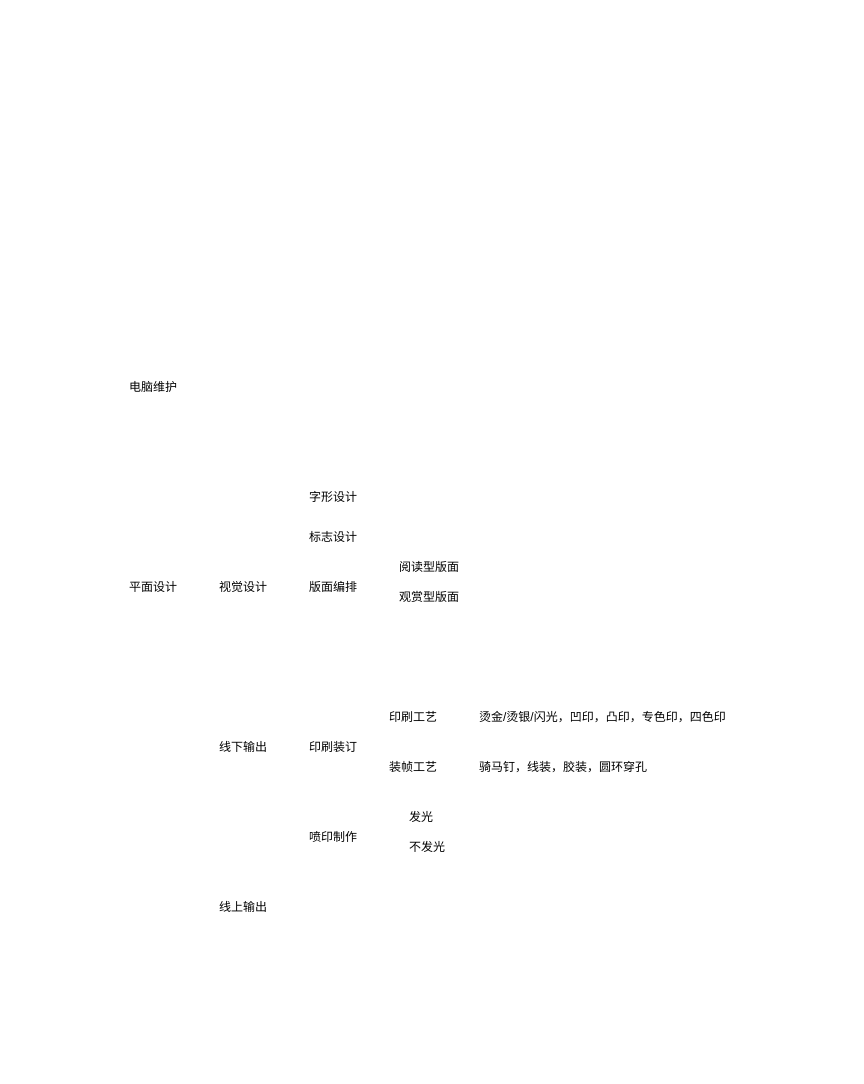
Above: 知识体系.drawio in water0902/Draw.io (draw.io), before the change. Source tidied: cells renumbered, new cells numbered last; positions are measured from the earlier drawing's top-left corner, leaving out a move shared by most shapes. Both pictures are drawn from the tidied source at 100%, with x=0, y=0 at pixel (127, 377).
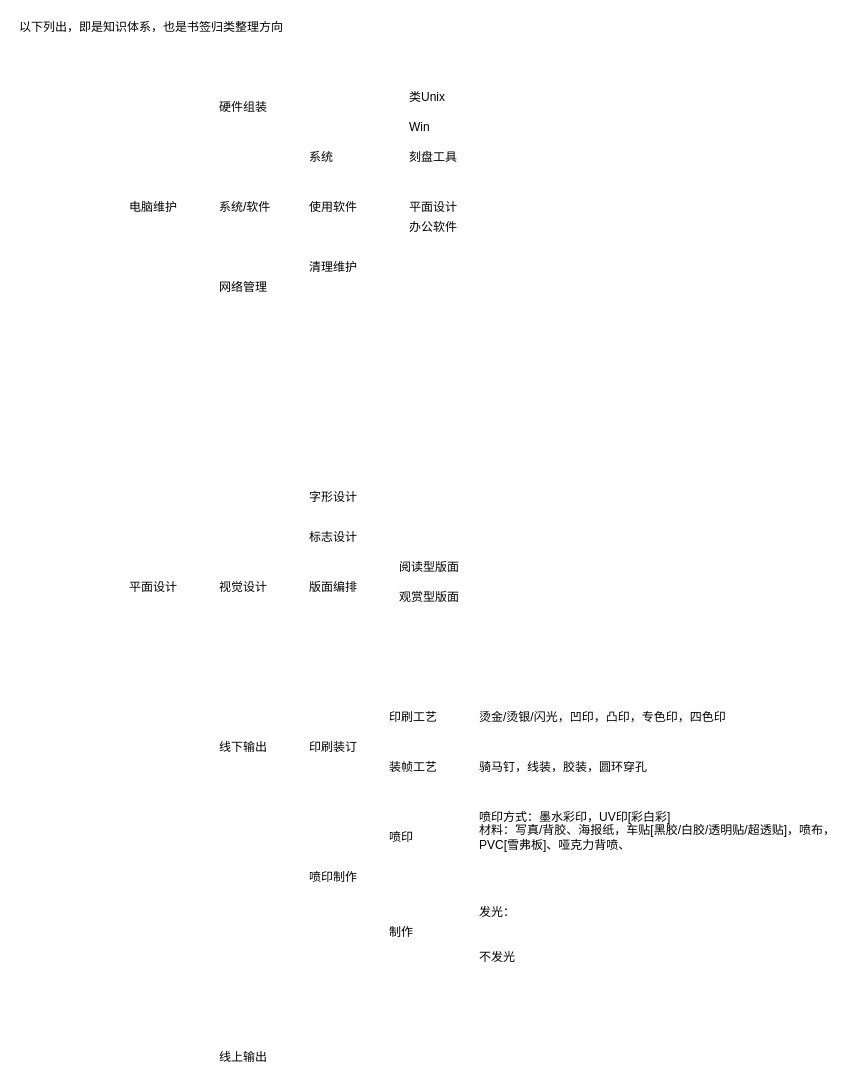
The same diagram, later.

Commit message (it also covers changes not shown here):
更新知识体系.drawio

Change to the diagram source:
```diff
@@
     <mxCell id="2" value="电脑维护" style="text;html=1;align=left;verticalAlign=middle;fillColor=none;strokeColor=none;rounded=0;" parent="1" vertex="1">
-      <mxGeometry width="60" height="20" as="geometry" />
+      <mxGeometry y="-180" width="60" height="20" as="geometry" />
     </mxCell>
@@
     <mxCell id="9" value="线上输出" style="text;html=1;align=left;verticalAlign=middle;fillColor=none;strokeColor=none;rounded=0;" parent="1" vertex="1">
-      <mxGeometry x="90" y="520" width="60" height="20" as="geometry" />
+      <mxGeometry x="90" y="670" width="60" height="20" as="geometry" />
     </mxCell>
@@
     <mxCell id="11" value="喷印制作" style="text;html=1;align=left;verticalAlign=middle;fillColor=none;strokeColor=none;rounded=0;" parent="1" vertex="1">
-      <mxGeometry x="180" y="450" width="60" height="20" as="geometry" />
+      <mxGeometry x="180" y="490" width="60" height="20" as="geometry" />
     </mxCell>
-    <mxCell id="12" value="发光" style="text;html=1;align=left;verticalAlign=middle;fillColor=none;strokeColor=none;rounded=0;" parent="1" vertex="1">
-      <mxGeometry x="280" y="430" width="40" height="20" as="geometry" />
+    <mxCell id="12" value="发光：" style="text;html=1;align=left;verticalAlign=middle;fillColor=none;strokeColor=none;rounded=0;" parent="1" vertex="1">
+      <mxGeometry x="350" y="525" width="50" height="20" as="geometry" />
     </mxCell>
     <mxCell id="13" value="不发光" style="text;html=1;align=left;verticalAlign=middle;fillColor=none;strokeColor=none;rounded=0;" parent="1" vertex="1">
-      <mxGeometry x="280" y="460" width="50" height="20" as="geometry" />
+      <mxGeometry x="350" y="570" width="50" height="20" as="geometry" />
     </mxCell>
@@
+    <mxCell id="20" value="制作" style="text;html=1;align=left;verticalAlign=middle;fillColor=none;strokeColor=none;rounded=0;" parent="1" vertex="1">
+      <mxGeometry x="260" y="545" width="40" height="20" as="geometry" />
+    </mxCell>
+    <mxCell id="21" value="喷印" style="text;html=1;align=left;verticalAlign=middle;fillColor=none;strokeColor=none;rounded=0;" parent="1" vertex="1">
+      <mxGeometry x="260" y="450" width="40" height="20" as="geometry" />
+    </mxCell>
+    <mxCell id="22" value="材料：写真/背胶、海报纸，车贴[黑胶/白胶/透明贴/超透贴]，喷布，&lt;br&gt;PVC[雪弗板]、哑克力背喷、" style="text;html=1;align=left;verticalAlign=middle;fillColor=none;strokeColor=none;rounded=0;" parent="1" vertex="1">
+      <mxGeometry x="350" y="445" width="370" height="30" as="geometry" />
+    </mxCell>
+    <mxCell id="23" value="喷印方式：墨水彩印，UV印[彩白彩]" style="text;html=1;align=left;verticalAlign=middle;fillColor=none;strokeColor=none;rounded=0;" parent="1" vertex="1">
+      <mxGeometry x="350" y="430" width="210" height="20" as="geometry" />
+    </mxCell>
+    <mxCell id="24" value="硬件组装" style="text;html=1;align=left;verticalAlign=middle;fillColor=none;strokeColor=none;rounded=0;" parent="1" vertex="1">
+      <mxGeometry x="90" y="-280" width="60" height="20" as="geometry" />
+    </mxCell>
+    <mxCell id="25" value="系统/软件" style="text;html=1;align=left;verticalAlign=middle;fillColor=none;strokeColor=none;rounded=0;" parent="1" vertex="1">
+      <mxGeometry x="90" y="-180" width="70" height="20" as="geometry" />
+    </mxCell>
+    <mxCell id="26" value="网络管理" style="text;html=1;align=left;verticalAlign=middle;fillColor=none;strokeColor=none;rounded=0;" parent="1" vertex="1">
+      <mxGeometry x="90" y="-100" width="60" height="20" as="geometry" />
+    </mxCell>
+    <mxCell id="27" value="以下列出，即是知识体系，也是书签归类整理方向" style="text;html=1;align=left;verticalAlign=middle;fillColor=none;strokeColor=none;rounded=0;" parent="1" vertex="1">
+      <mxGeometry x="-110" y="-360" width="280" height="20" as="geometry" />
+    </mxCell>
+    <mxCell id="28" value="清理维护" style="text;html=1;align=left;verticalAlign=middle;fillColor=none;strokeColor=none;rounded=0;" parent="1" vertex="1">
+      <mxGeometry x="180" y="-120" width="60" height="20" as="geometry" />
+    </mxCell>
+    <mxCell id="29" value="使用软件" style="text;html=1;align=left;verticalAlign=middle;fillColor=none;strokeColor=none;rounded=0;" parent="1" vertex="1">
+      <mxGeometry x="180" y="-180" width="60" height="20" as="geometry" />
+    </mxCell>
+    <mxCell id="30" value="系统" style="text;html=1;align=left;verticalAlign=middle;fillColor=none;strokeColor=none;rounded=0;" parent="1" vertex="1">
+      <mxGeometry x="180" y="-230" width="40" height="20" as="geometry" />
+    </mxCell>
+    <mxCell id="31" value="Win" style="text;html=1;align=left;verticalAlign=middle;fillColor=none;strokeColor=none;rounded=0;" parent="1" vertex="1">
+      <mxGeometry x="280" y="-260" width="40" height="20" as="geometry" />
+    </mxCell>
+    <mxCell id="32" value="类Unix" style="text;html=1;align=left;verticalAlign=middle;fillColor=none;strokeColor=none;rounded=0;" parent="1" vertex="1">
+      <mxGeometry x="280" y="-290" width="50" height="20" as="geometry" />
+    </mxCell>
+    <mxCell id="33" value="平面设计" style="text;html=1;align=left;verticalAlign=middle;fillColor=none;strokeColor=none;rounded=0;" parent="1" vertex="1">
+      <mxGeometry x="280" y="-180" width="60" height="20" as="geometry" />
+    </mxCell>
+    <mxCell id="34" value="办公软件" style="text;html=1;align=left;verticalAlign=middle;fillColor=none;strokeColor=none;rounded=0;" parent="1" vertex="1">
+      <mxGeometry x="280" y="-160" width="60" height="20" as="geometry" />
+    </mxCell>
+    <mxCell id="35" value="刻盘工具" style="text;html=1;align=left;verticalAlign=middle;fillColor=none;strokeColor=none;rounded=0;" parent="1" vertex="1">
+      <mxGeometry x="280" y="-230" width="60" height="20" as="geometry" />
+    </mxCell>
```
